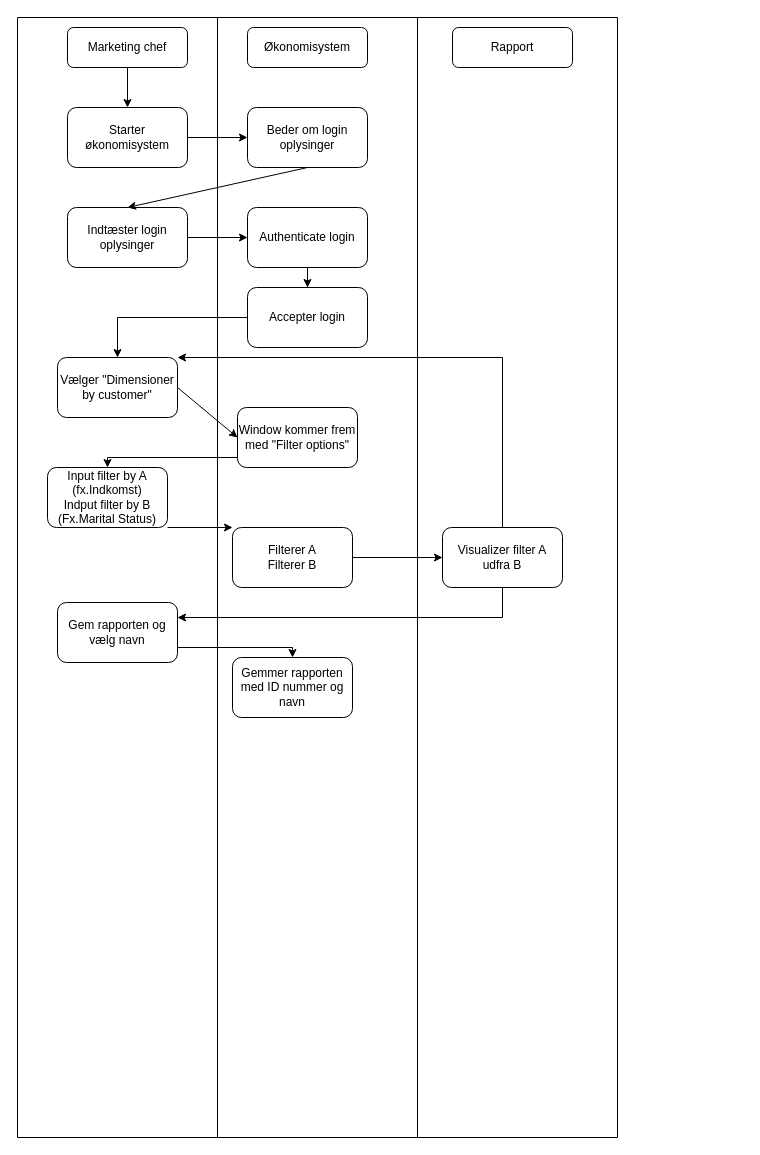
This is Untitled Diagram.drawio from TeisBajs/SoftwareKonstruktion, a draw.io file, before an edit. Source tidied: cells renumbered, new cells numbered last; positions are measured from the earlier drawing's top-left corner, leaving out a move shared by most shapes. Both pictures are drawn from the tidied source at 100%, with x=0, y=0 at pixel (17, 17).
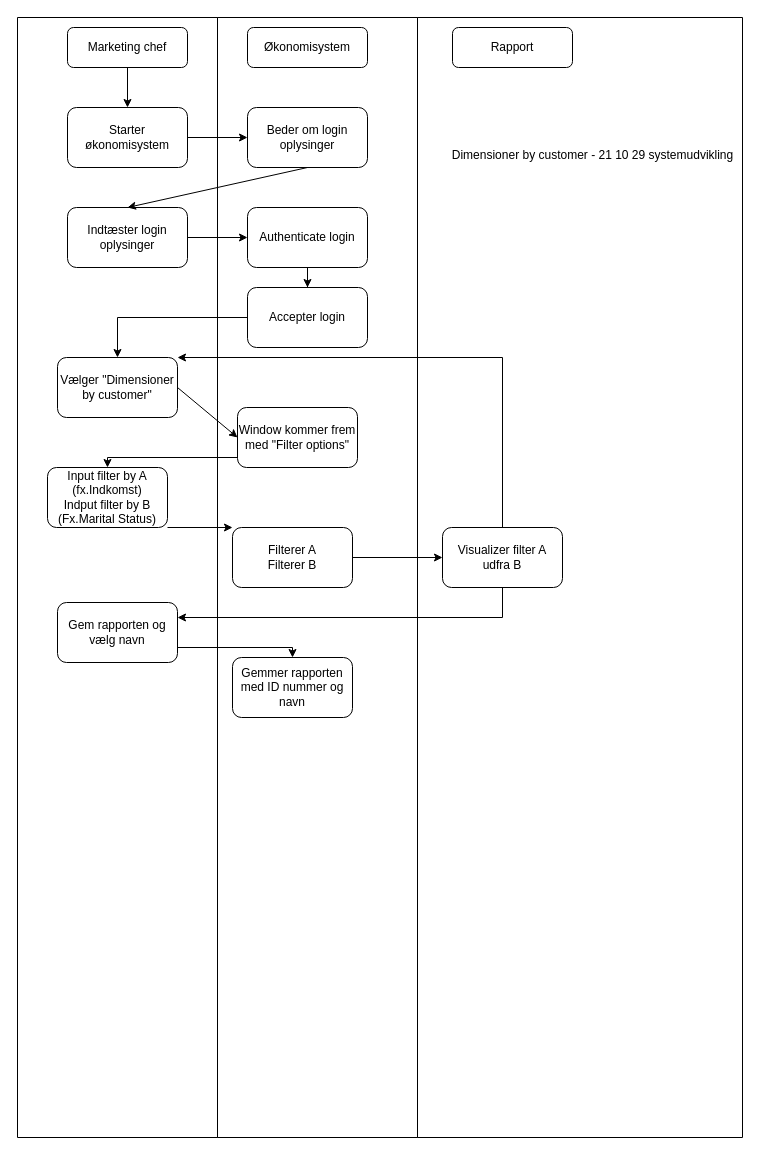
After the change.

Diff of the diagram source:
```diff
@@
     <mxCell id="10" style="swimlane;startSize=0;" parent="1" vertex="1">
-      <mxGeometry x="400" width="200" height="1120" as="geometry" />
+      <mxGeometry x="400" width="325" height="1120" as="geometry" />
     </mxCell>
@@
+    <mxCell id="33" value="&lt;span&gt;Dimensioner by customer - 21 10 29 systemudvikling&lt;br&gt;&lt;br&gt;&lt;/span&gt;" style="text;html=1;align=center;verticalAlign=middle;strokeColor=none;fillColor=none;" parent="10" vertex="1">
+      <mxGeometry x="25" y="130" width="300" height="30" as="geometry" />
+    </mxCell>
```
